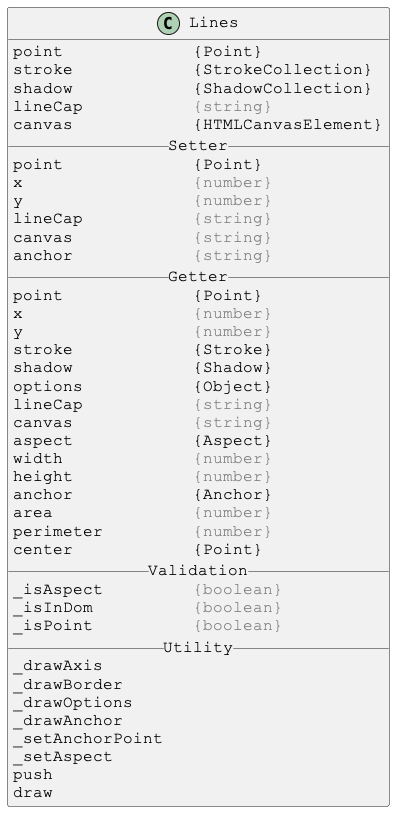
Above: docs/PlantUml/images/Lines.png in Justin-Byrne/canvasLab (PlantUML), before the change.
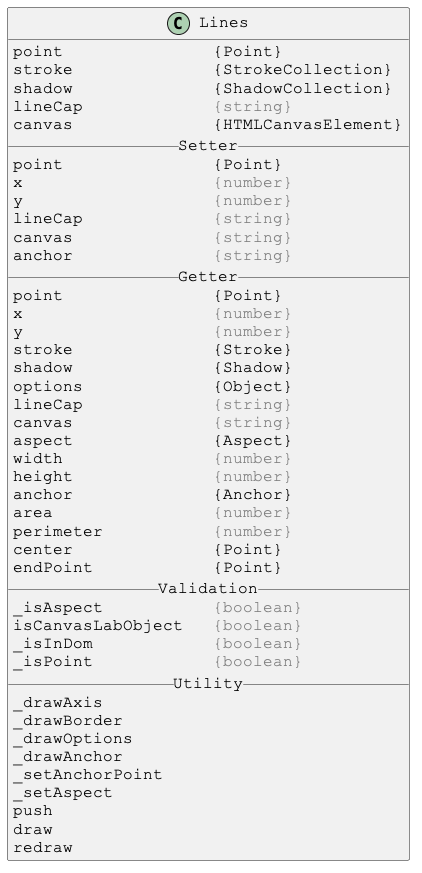
The same diagram one commit later.

Change to the diagram source:
```diff
@@ -4,38 +4,40 @@
 skinparam DefaultFontName Courier New
 
 class Lines {
-point             {Point}
-stroke            {StrokeCollection}
-shadow            {ShadowCollection}
-lineCap           <color:gray>{string}</color>
-canvas            {HTMLCanvasElement}
+point               {Point}
+stroke              {StrokeCollection}
+shadow              {ShadowCollection}
+lineCap             <color:gray>{string}</color>
+canvas              {HTMLCanvasElement}
 __ Setter __
-point             {Point}
-x                 <color:gray>{number}</color>
-y                 <color:gray>{number}</color>
-lineCap           <color:gray>{string}</color>
-canvas            <color:gray>{string}</color>
-anchor            <color:gray>{string}</color>
+point               {Point}
+x                   <color:gray>{number}</color>
+y                   <color:gray>{number}</color>
+lineCap             <color:gray>{string}</color>
+canvas              <color:gray>{string}</color>
+anchor              <color:gray>{string}</color>
 __ Getter __
-point             {Point}
-x                 <color:gray>{number}</color>
-y                 <color:gray>{number}</color>
-stroke            {Stroke}
-shadow            {Shadow}
-options           {Object}
-lineCap           <color:gray>{string}</color>
-canvas            <color:gray>{string}</color>
-aspect            {Aspect}
-width             <color:gray>{number}</color>
-height            <color:gray>{number}</color>
-anchor            {Anchor}
-area              <color:gray>{number}</color>
-perimeter         <color:gray>{number}</color>
-center            {Point}
+point               {Point}
+x                   <color:gray>{number}</color>
+y                   <color:gray>{number}</color>
+stroke              {Stroke}
+shadow              {Shadow}
+options             {Object}
+lineCap             <color:gray>{string}</color>
+canvas              <color:gray>{string}</color>
+aspect              {Aspect}
+width               <color:gray>{number}</color>
+height              <color:gray>{number}</color>
+anchor              {Anchor}
+area                <color:gray>{number}</color>
+perimeter           <color:gray>{number}</color>
+center              {Point}
+endPoint            {Point}
 __ Validation __
-_isAspect         <color:gray>{boolean}</color>
-_isInDom          <color:gray>{boolean}</color>
-_isPoint          <color:gray>{boolean}</color>
+_isAspect           <color:gray>{boolean}</color>
+isCanvasLabObject   <color:gray>{boolean}</color>
+_isInDom            <color:gray>{boolean}</color>
+_isPoint            <color:gray>{boolean}</color>
 __ Utility __
 _drawAxis
 _drawBorder
@@ -45,6 +47,7 @@
 _setAspect
 push
 draw
+redraw
 }
 
 @enduml
```
